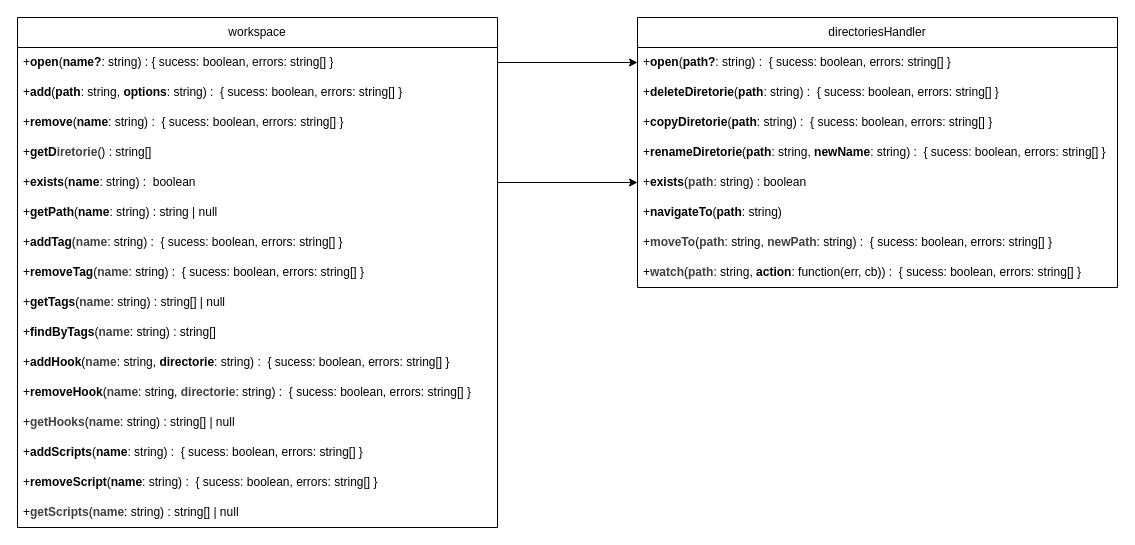
Before: docs/draws.dio in LucasTrino/pjt, a draw.io diagram. Source tidied: cells renumbered, new cells numbered last; positions are measured from the earlier drawing's top-left corner, leaving out a move shared by most shapes. Both pictures are drawn from the tidied source at 100%, with x=0, y=0 at pixel (17, 17).
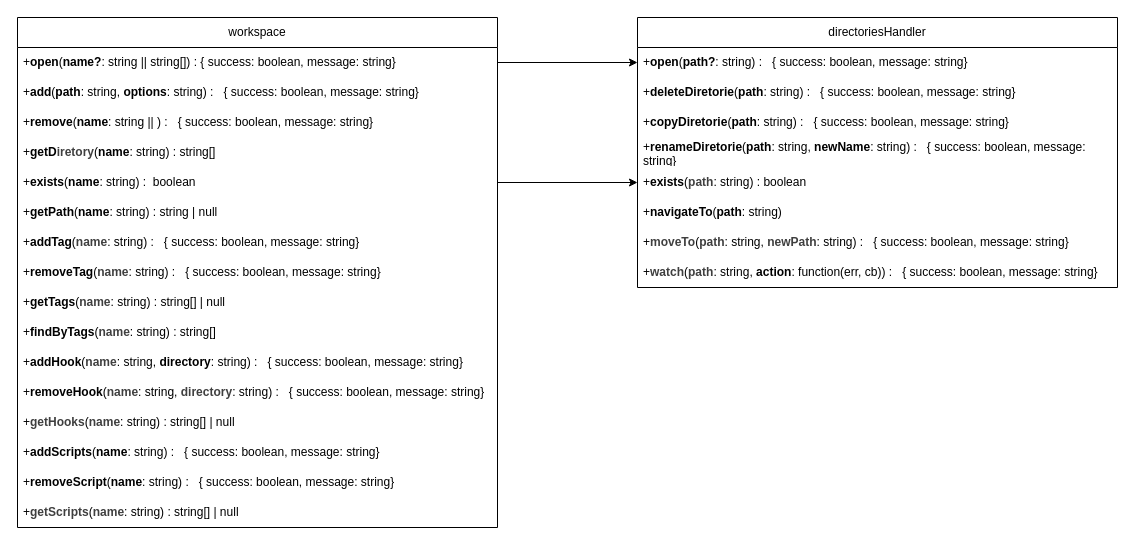
The same page after the edit.

The change refers to these unchanged cells:
```xml
<mxCell id="2" value="workspace" style="swimlane;fontStyle=0;horizontal=1;startSize=30;whiteSpace=wrap;html=1;" parent="1" vertex="1">
  <mxGeometry width="480" height="510" as="geometry" />
</mxCell>
<mxCell id="19" value="directoriesHandler" style="swimlane;fontStyle=0;horizontal=1;startSize=30;whiteSpace=wrap;html=1;" parent="1" vertex="1">
  <mxGeometry x="620" width="480" height="270" as="geometry" />
</mxCell>
```

What changed in the source:
```diff
@@
-    <mxCell id="3" value="+&lt;b&gt;open&lt;/b&gt;(&lt;b&gt;name?&lt;/b&gt;: string) : { sucess: boolean, errors: string[] }" style="text;strokeColor=none;fillColor=none;align=left;verticalAlign=middle;spacingLeft=4;spacingRight=4;overflow=hidden;points=[[0,0.5],[1,0.5]];portConstraint=eastwest;whiteSpace=wrap;html=1;" parent="2" vertex="1">
+    <mxCell id="3" value="+&lt;b&gt;open&lt;/b&gt;(&lt;b&gt;name?&lt;/b&gt;: string || string[]) : { success: boolean, message: string}" style="text;strokeColor=none;fillColor=none;align=left;verticalAlign=middle;spacingLeft=4;spacingRight=4;overflow=hidden;points=[[0,0.5],[1,0.5]];portConstraint=eastwest;whiteSpace=wrap;html=1;" parent="2" vertex="1">
       <mxGeometry y="30" width="480" height="30" as="geometry" />
     </mxCell>
-    <mxCell id="4" value="+&lt;b&gt;add&lt;/b&gt;(&lt;b&gt;path&lt;/b&gt;: string, &lt;b&gt;options&lt;/b&gt;: string) :&amp;nbsp;&lt;span style=&quot;color: rgb(0, 0, 0);&quot;&gt;&amp;nbsp;{ sucess: boolean, errors: string[] }&lt;/span&gt;" style="text;strokeColor=none;fillColor=none;align=left;verticalAlign=middle;spacingLeft=4;spacingRight=4;overflow=hidden;whiteSpace=wrap;html=1;" parent="2" vertex="1">
+    <mxCell id="4" value="+&lt;b&gt;add&lt;/b&gt;(&lt;b&gt;path&lt;/b&gt;: string, &lt;b&gt;options&lt;/b&gt;: string) :&amp;nbsp;&lt;span style=&quot;color: rgb(0, 0, 0);&quot;&gt;&amp;nbsp; { success: boolean, message: string}&lt;/span&gt;" style="text;strokeColor=none;fillColor=none;align=left;verticalAlign=middle;spacingLeft=4;spacingRight=4;overflow=hidden;whiteSpace=wrap;html=1;" parent="2" vertex="1">
       <mxGeometry y="60" width="480" height="30" as="geometry" />
     </mxCell>
-    <mxCell id="5" value="+&lt;b&gt;remove&lt;/b&gt;(&lt;b&gt;name&lt;/b&gt;: string) :&amp;nbsp;&lt;span style=&quot;color: rgb(0, 0, 0);&quot;&gt;&amp;nbsp;{ sucess: boolean, errors: string[] }&lt;/span&gt;" style="text;strokeColor=none;fillColor=none;align=left;verticalAlign=middle;spacingLeft=4;spacingRight=4;overflow=hidden;whiteSpace=wrap;html=1;" parent="2" vertex="1">
+    <mxCell id="5" value="+&lt;b&gt;remove&lt;/b&gt;(&lt;b&gt;name&lt;/b&gt;: string || ) :&amp;nbsp;&lt;span style=&quot;color: rgb(0, 0, 0);&quot;&gt;&amp;nbsp; { success: boolean, message: string}&lt;/span&gt;" style="text;strokeColor=none;fillColor=none;align=left;verticalAlign=middle;spacingLeft=4;spacingRight=4;overflow=hidden;whiteSpace=wrap;html=1;" parent="2" vertex="1">
       <mxGeometry y="90" width="480" height="30" as="geometry" />
     </mxCell>
-    <mxCell id="6" value="&lt;span style=&quot;color: rgb(0, 0, 0);&quot;&gt;+&lt;b&gt;getD&lt;/b&gt;&lt;b style=&quot;color: rgb(63, 63, 63); scrollbar-color: rgb(226, 226, 226) rgb(251, 251, 251);&quot;&gt;iretorie&lt;/b&gt;() : string[]&lt;/span&gt;" style="text;strokeColor=none;fillColor=none;align=left;verticalAlign=middle;spacingLeft=4;spacingRight=4;overflow=hidden;whiteSpace=wrap;html=1;" parent="2" vertex="1">
+    <mxCell id="6" value="&lt;span style=&quot;color: rgb(0, 0, 0);&quot;&gt;+&lt;b&gt;getD&lt;/b&gt;&lt;b style=&quot;color: rgb(63, 63, 63); scrollbar-color: rgb(226, 226, 226) rgb(251, 251, 251);&quot;&gt;iretory&lt;/b&gt;(&lt;b&gt;name&lt;/b&gt;: string) : string[]&lt;/span&gt;" style="text;strokeColor=none;fillColor=none;align=left;verticalAlign=middle;spacingLeft=4;spacingRight=4;overflow=hidden;whiteSpace=wrap;html=1;" parent="2" vertex="1">
       <mxGeometry y="120" width="480" height="30" as="geometry" />
     </mxCell>
@@
-    <mxCell id="9" value="+&lt;b&gt;addTag&lt;/b&gt;(&lt;b style=&quot;color: rgb(63, 63, 63); scrollbar-color: rgb(226, 226, 226) rgb(251, 251, 251);&quot;&gt;name&lt;/b&gt;: string) :&amp;nbsp;&lt;span style=&quot;color: rgb(0, 0, 0);&quot;&gt;&amp;nbsp;{ sucess: boolean, errors: string[] }&lt;/span&gt;" style="text;strokeColor=none;fillColor=none;align=left;verticalAlign=middle;spacingLeft=4;spacingRight=4;overflow=hidden;whiteSpace=wrap;html=1;" parent="2" vertex="1">
+    <mxCell id="9" value="+&lt;b&gt;addTag&lt;/b&gt;(&lt;b style=&quot;color: rgb(63, 63, 63); scrollbar-color: rgb(226, 226, 226) rgb(251, 251, 251);&quot;&gt;name&lt;/b&gt;: string) :&amp;nbsp;&lt;span style=&quot;color: rgb(0, 0, 0);&quot;&gt;&amp;nbsp; { success: boolean, message: string}&lt;/span&gt;" style="text;strokeColor=none;fillColor=none;align=left;verticalAlign=middle;spacingLeft=4;spacingRight=4;overflow=hidden;whiteSpace=wrap;html=1;" parent="2" vertex="1">
       <mxGeometry y="210" width="480" height="30" as="geometry" />
     </mxCell>
-    <mxCell id="10" value="+&lt;b&gt;removeTag&lt;/b&gt;(&lt;b style=&quot;color: rgb(63, 63, 63); scrollbar-color: rgb(226, 226, 226) rgb(251, 251, 251);&quot;&gt;name&lt;/b&gt;: string) :&amp;nbsp;&lt;span style=&quot;color: rgb(0, 0, 0);&quot;&gt;&amp;nbsp;{ sucess: boolean, errors: string[] }&lt;/span&gt;" style="text;strokeColor=none;fillColor=none;align=left;verticalAlign=middle;spacingLeft=4;spacingRight=4;overflow=hidden;whiteSpace=wrap;html=1;" parent="2" vertex="1">
+    <mxCell id="10" value="+&lt;b&gt;removeTag&lt;/b&gt;(&lt;b style=&quot;color: rgb(63, 63, 63); scrollbar-color: rgb(226, 226, 226) rgb(251, 251, 251);&quot;&gt;name&lt;/b&gt;: string) :&amp;nbsp;&lt;span style=&quot;color: rgb(0, 0, 0);&quot;&gt;&amp;nbsp; { success: boolean, message: string}&lt;/span&gt;" style="text;strokeColor=none;fillColor=none;align=left;verticalAlign=middle;spacingLeft=4;spacingRight=4;overflow=hidden;whiteSpace=wrap;html=1;" parent="2" vertex="1">
       <mxGeometry y="240" width="480" height="30" as="geometry" />
     </mxCell>
@@
-    <mxCell id="13" value="+&lt;b&gt;addHook&lt;/b&gt;(&lt;b style=&quot;color: rgb(63, 63, 63); scrollbar-color: rgb(226, 226, 226) rgb(251, 251, 251);&quot;&gt;name&lt;/b&gt;: string, &lt;b&gt;directorie&lt;/b&gt;: string) :&amp;nbsp;&lt;span style=&quot;color: rgb(0, 0, 0);&quot;&gt;&amp;nbsp;{ sucess: boolean, errors: string[] }&lt;/span&gt;" style="text;strokeColor=none;fillColor=none;align=left;verticalAlign=middle;spacingLeft=4;spacingRight=4;overflow=hidden;whiteSpace=wrap;html=1;" parent="2" vertex="1">
+    <mxCell id="13" value="+&lt;b&gt;addHook&lt;/b&gt;(&lt;b style=&quot;color: rgb(63, 63, 63); scrollbar-color: rgb(226, 226, 226) rgb(251, 251, 251);&quot;&gt;name&lt;/b&gt;: string, &lt;b&gt;directory&lt;/b&gt;: string) :&amp;nbsp;&lt;span style=&quot;color: rgb(0, 0, 0);&quot;&gt;&amp;nbsp; { success: boolean, message: string}&lt;/span&gt;" style="text;strokeColor=none;fillColor=none;align=left;verticalAlign=middle;spacingLeft=4;spacingRight=4;overflow=hidden;whiteSpace=wrap;html=1;" parent="2" vertex="1">
       <mxGeometry y="330" width="480" height="30" as="geometry" />
     </mxCell>
-    <mxCell id="14" value="+&lt;b&gt;removeHook&lt;/b&gt;(&lt;b style=&quot;scrollbar-color: rgb(226, 226, 226) rgb(251, 251, 251); color: rgb(63, 63, 63);&quot;&gt;name&lt;/b&gt;&lt;span style=&quot;color: rgb(0, 0, 0);&quot;&gt;: string,&amp;nbsp;&lt;/span&gt;&lt;b style=&quot;color: rgb(63, 63, 63); scrollbar-color: rgb(226, 226, 226) rgb(251, 251, 251);&quot;&gt;directorie&lt;/b&gt;&lt;span style=&quot;color: rgb(0, 0, 0);&quot;&gt;: string&lt;/span&gt;) :&amp;nbsp;&lt;span style=&quot;color: rgb(0, 0, 0);&quot;&gt;&amp;nbsp;{ sucess: boolean, errors: string[] }&lt;/span&gt;" style="text;strokeColor=none;fillColor=none;align=left;verticalAlign=middle;spacingLeft=4;spacingRight=4;overflow=hidden;whiteSpace=wrap;html=1;" parent="2" vertex="1">
+    <mxCell id="14" value="+&lt;b&gt;removeHook&lt;/b&gt;(&lt;b style=&quot;scrollbar-color: rgb(226, 226, 226) rgb(251, 251, 251); color: rgb(63, 63, 63);&quot;&gt;name&lt;/b&gt;&lt;span style=&quot;color: rgb(0, 0, 0);&quot;&gt;: string,&amp;nbsp;&lt;/span&gt;&lt;b style=&quot;color: rgb(63, 63, 63); scrollbar-color: rgb(226, 226, 226) rgb(251, 251, 251);&quot;&gt;directory&lt;/b&gt;&lt;span style=&quot;color: rgb(0, 0, 0);&quot;&gt;: string&lt;/span&gt;) :&amp;nbsp;&lt;span style=&quot;color: rgb(0, 0, 0);&quot;&gt;&amp;nbsp; { success: boolean, message: string}&lt;/span&gt;" style="text;strokeColor=none;fillColor=none;align=left;verticalAlign=middle;spacingLeft=4;spacingRight=4;overflow=hidden;whiteSpace=wrap;html=1;" parent="2" vertex="1">
       <mxGeometry y="360" width="480" height="30" as="geometry" />
     </mxCell>
@@
-    <mxCell id="16" value="+&lt;b&gt;addScripts&lt;/b&gt;(&lt;b&gt;name&lt;/b&gt;: string) :&amp;nbsp;&lt;span style=&quot;color: rgb(0, 0, 0);&quot;&gt;&amp;nbsp;{ sucess: boolean, errors: string[] }&lt;/span&gt;" style="text;strokeColor=none;fillColor=none;align=left;verticalAlign=middle;spacingLeft=4;spacingRight=4;overflow=hidden;whiteSpace=wrap;html=1;" parent="2" vertex="1">
+    <mxCell id="16" value="+&lt;b&gt;addScripts&lt;/b&gt;(&lt;b&gt;name&lt;/b&gt;: string) :&amp;nbsp;&lt;span style=&quot;color: rgb(0, 0, 0);&quot;&gt;&amp;nbsp; { success: boolean, message: string}&lt;/span&gt;" style="text;strokeColor=none;fillColor=none;align=left;verticalAlign=middle;spacingLeft=4;spacingRight=4;overflow=hidden;whiteSpace=wrap;html=1;" parent="2" vertex="1">
       <mxGeometry y="420" width="480" height="30" as="geometry" />
     </mxCell>
-    <mxCell id="17" value="+&lt;b&gt;removeScript&lt;/b&gt;(&lt;b&gt;name&lt;/b&gt;: string) :&amp;nbsp;&lt;span style=&quot;color: rgb(0, 0, 0);&quot;&gt;&amp;nbsp;{ sucess: boolean, errors: string[] }&lt;/span&gt;" style="text;strokeColor=none;fillColor=none;align=left;verticalAlign=middle;spacingLeft=4;spacingRight=4;overflow=hidden;whiteSpace=wrap;html=1;" parent="2" vertex="1">
+    <mxCell id="17" value="+&lt;b&gt;removeScript&lt;/b&gt;(&lt;b&gt;name&lt;/b&gt;: string) :&amp;nbsp;&lt;span style=&quot;color: rgb(0, 0, 0);&quot;&gt;&amp;nbsp; { success: boolean, message: string}&lt;/span&gt;" style="text;strokeColor=none;fillColor=none;align=left;verticalAlign=middle;spacingLeft=4;spacingRight=4;overflow=hidden;whiteSpace=wrap;html=1;" parent="2" vertex="1">
       <mxGeometry y="450" width="480" height="30" as="geometry" />
     </mxCell>
@@
-    <mxCell id="20" value="+&lt;b&gt;open&lt;/b&gt;(&lt;b&gt;path?&lt;/b&gt;: string) :&amp;nbsp;&lt;span style=&quot;color: rgb(0, 0, 0);&quot;&gt;&amp;nbsp;{ sucess: boolean, errors: string[] }&lt;/span&gt;" style="text;strokeColor=none;fillColor=none;align=left;verticalAlign=middle;spacingLeft=4;spacingRight=4;overflow=hidden;points=[[0,0.5],[1,0.5]];portConstraint=eastwest;whiteSpace=wrap;html=1;" parent="19" vertex="1">
+    <mxCell id="20" value="+&lt;b&gt;open&lt;/b&gt;(&lt;b&gt;path?&lt;/b&gt;: string) :&amp;nbsp;&lt;span style=&quot;color: rgb(0, 0, 0);&quot;&gt;&amp;nbsp; { success: boolean, message: string}&lt;/span&gt;" style="text;strokeColor=none;fillColor=none;align=left;verticalAlign=middle;spacingLeft=4;spacingRight=4;overflow=hidden;points=[[0,0.5],[1,0.5]];portConstraint=eastwest;whiteSpace=wrap;html=1;" parent="19" vertex="1">
       <mxGeometry y="30" width="480" height="30" as="geometry" />
     </mxCell>
-    <mxCell id="21" value="+&lt;b&gt;deleteDiretorie&lt;/b&gt;(&lt;b&gt;path&lt;/b&gt;: string)&amp;nbsp;&lt;span style=&quot;color: rgb(0, 0, 0);&quot;&gt;:&amp;nbsp;&lt;/span&gt;&lt;span style=&quot;color: rgb(0, 0, 0);&quot;&gt;&amp;nbsp;{ sucess: boolean, errors: string[] }&lt;/span&gt;" style="text;strokeColor=none;fillColor=none;align=left;verticalAlign=middle;spacingLeft=4;spacingRight=4;overflow=hidden;whiteSpace=wrap;html=1;" parent="19" vertex="1">
+    <mxCell id="21" value="+&lt;b&gt;deleteDiretorie&lt;/b&gt;(&lt;b&gt;path&lt;/b&gt;: string)&amp;nbsp;&lt;span style=&quot;color: rgb(0, 0, 0);&quot;&gt;:&amp;nbsp;&lt;/span&gt;&lt;span style=&quot;color: rgb(0, 0, 0);&quot;&gt;&amp;nbsp; { success: boolean, message: string}&lt;/span&gt;" style="text;strokeColor=none;fillColor=none;align=left;verticalAlign=middle;spacingLeft=4;spacingRight=4;overflow=hidden;whiteSpace=wrap;html=1;" parent="19" vertex="1">
       <mxGeometry y="60" width="480" height="30" as="geometry" />
     </mxCell>
-    <mxCell id="22" value="+&lt;b&gt;copyDiretorie&lt;/b&gt;(&lt;b&gt;path&lt;/b&gt;: string)&amp;nbsp;&lt;span style=&quot;color: rgb(0, 0, 0);&quot;&gt;:&amp;nbsp;&lt;/span&gt;&lt;span style=&quot;color: rgb(0, 0, 0);&quot;&gt;&amp;nbsp;{ sucess: boolean, errors: string[] }&lt;/span&gt;" style="text;strokeColor=none;fillColor=none;align=left;verticalAlign=middle;spacingLeft=4;spacingRight=4;overflow=hidden;whiteSpace=wrap;html=1;" parent="19" vertex="1">
+    <mxCell id="22" value="+&lt;b&gt;copyDiretorie&lt;/b&gt;(&lt;b&gt;path&lt;/b&gt;: string)&amp;nbsp;&lt;span style=&quot;color: rgb(0, 0, 0);&quot;&gt;:&amp;nbsp;&lt;/span&gt;&lt;span style=&quot;color: rgb(0, 0, 0);&quot;&gt;&amp;nbsp; { success: boolean, message: string}&lt;/span&gt;" style="text;strokeColor=none;fillColor=none;align=left;verticalAlign=middle;spacingLeft=4;spacingRight=4;overflow=hidden;whiteSpace=wrap;html=1;" parent="19" vertex="1">
       <mxGeometry y="90" width="480" height="30" as="geometry" />
     </mxCell>
-    <mxCell id="23" value="+&lt;b&gt;renameDiretorie&lt;/b&gt;(&lt;b&gt;path&lt;/b&gt;: string, &lt;b&gt;newName&lt;/b&gt;: string)&amp;nbsp;&lt;span style=&quot;color: rgb(0, 0, 0);&quot;&gt;:&amp;nbsp;&lt;/span&gt;&lt;span style=&quot;color: rgb(0, 0, 0);&quot;&gt;&amp;nbsp;{ sucess: boolean, errors: string[] }&lt;/span&gt;" style="text;strokeColor=none;fillColor=none;align=left;verticalAlign=middle;spacingLeft=4;spacingRight=4;overflow=hidden;whiteSpace=wrap;html=1;" parent="19" vertex="1">
+    <mxCell id="23" value="+&lt;b&gt;renameDiretorie&lt;/b&gt;(&lt;b&gt;path&lt;/b&gt;: string, &lt;b&gt;newName&lt;/b&gt;: string)&amp;nbsp;&lt;span style=&quot;color: rgb(0, 0, 0);&quot;&gt;:&amp;nbsp;&lt;/span&gt;&lt;span style=&quot;color: rgb(0, 0, 0);&quot;&gt;&amp;nbsp; { success: boolean, message: string}&lt;/span&gt;" style="text;strokeColor=none;fillColor=none;align=left;verticalAlign=middle;spacingLeft=4;spacingRight=4;overflow=hidden;whiteSpace=wrap;html=1;" parent="19" vertex="1">
       <mxGeometry y="120" width="480" height="30" as="geometry" />
     </mxCell>
@@
-    <mxCell id="26" value="&lt;span style=&quot;color: rgb(0, 0, 0);&quot;&gt;+&lt;/span&gt;&lt;b style=&quot;color: rgb(63, 63, 63); scrollbar-color: rgb(226, 226, 226) rgb(251, 251, 251);&quot;&gt;moveTo&lt;/b&gt;&lt;span style=&quot;color: rgb(0, 0, 0);&quot;&gt;(&lt;/span&gt;&lt;b style=&quot;color: rgb(63, 63, 63); scrollbar-color: rgb(226, 226, 226) rgb(251, 251, 251);&quot;&gt;path&lt;/b&gt;&lt;span style=&quot;color: rgb(0, 0, 0);&quot;&gt;: string,&amp;nbsp;&lt;/span&gt;&lt;b style=&quot;color: rgb(63, 63, 63); scrollbar-color: rgb(226, 226, 226) rgb(251, 251, 251);&quot;&gt;newPath&lt;/b&gt;&lt;span style=&quot;color: rgb(0, 0, 0);&quot;&gt;: string)&amp;nbsp;&lt;/span&gt;&lt;span style=&quot;scrollbar-color: rgb(226, 226, 226) rgb(251, 251, 251); color: rgb(0, 0, 0);&quot;&gt;:&amp;nbsp;&lt;/span&gt;&lt;span style=&quot;color: rgb(0, 0, 0);&quot;&gt;&amp;nbsp;{ sucess: boolean, errors: string[] }&lt;/span&gt;" style="text;strokeColor=none;fillColor=none;align=left;verticalAlign=middle;spacingLeft=4;spacingRight=4;overflow=hidden;whiteSpace=wrap;html=1;" parent="19" vertex="1">
+    <mxCell id="26" value="&lt;span style=&quot;color: rgb(0, 0, 0);&quot;&gt;+&lt;/span&gt;&lt;b style=&quot;color: rgb(63, 63, 63); scrollbar-color: rgb(226, 226, 226) rgb(251, 251, 251);&quot;&gt;moveTo&lt;/b&gt;&lt;span style=&quot;color: rgb(0, 0, 0);&quot;&gt;(&lt;/span&gt;&lt;b style=&quot;color: rgb(63, 63, 63); scrollbar-color: rgb(226, 226, 226) rgb(251, 251, 251);&quot;&gt;path&lt;/b&gt;&lt;span style=&quot;color: rgb(0, 0, 0);&quot;&gt;: string,&amp;nbsp;&lt;/span&gt;&lt;b style=&quot;color: rgb(63, 63, 63); scrollbar-color: rgb(226, 226, 226) rgb(251, 251, 251);&quot;&gt;newPath&lt;/b&gt;&lt;span style=&quot;color: rgb(0, 0, 0);&quot;&gt;: string)&amp;nbsp;&lt;/span&gt;&lt;span style=&quot;scrollbar-color: rgb(226, 226, 226) rgb(251, 251, 251); color: rgb(0, 0, 0);&quot;&gt;:&amp;nbsp;&lt;/span&gt;&lt;span style=&quot;color: rgb(0, 0, 0);&quot;&gt;&amp;nbsp; { success: boolean, message: string}&lt;/span&gt;" style="text;strokeColor=none;fillColor=none;align=left;verticalAlign=middle;spacingLeft=4;spacingRight=4;overflow=hidden;whiteSpace=wrap;html=1;" parent="19" vertex="1">
       <mxGeometry y="210" width="480" height="30" as="geometry" />
     </mxCell>
-    <mxCell id="27" value="&lt;span style=&quot;color: rgb(0, 0, 0);&quot;&gt;+&lt;/span&gt;&lt;b style=&quot;color: rgb(63, 63, 63); scrollbar-color: rgb(226, 226, 226) rgb(251, 251, 251);&quot;&gt;watch&lt;/b&gt;&lt;span style=&quot;color: rgb(0, 0, 0);&quot;&gt;(&lt;/span&gt;&lt;b style=&quot;color: rgb(63, 63, 63); scrollbar-color: rgb(226, 226, 226) rgb(251, 251, 251);&quot;&gt;path&lt;/b&gt;&lt;span style=&quot;color: rgb(0, 0, 0);&quot;&gt;: string, &lt;b&gt;action&lt;/b&gt;: function(err, cb)&lt;/span&gt;&lt;span style=&quot;color: rgb(0, 0, 0);&quot;&gt;)&amp;nbsp;&lt;/span&gt;&lt;span style=&quot;scrollbar-color: rgb(226, 226, 226) rgb(251, 251, 251); color: rgb(0, 0, 0);&quot;&gt;:&amp;nbsp;&lt;/span&gt;&lt;span style=&quot;color: rgb(0, 0, 0);&quot;&gt;&amp;nbsp;{ sucess: boolean, errors: string[] }&lt;/span&gt;" style="text;strokeColor=none;fillColor=none;align=left;verticalAlign=middle;spacingLeft=4;spacingRight=4;overflow=hidden;whiteSpace=wrap;html=1;" parent="19" vertex="1">
+    <mxCell id="27" value="&lt;span style=&quot;color: rgb(0, 0, 0);&quot;&gt;+&lt;/span&gt;&lt;b style=&quot;color: rgb(63, 63, 63); scrollbar-color: rgb(226, 226, 226) rgb(251, 251, 251);&quot;&gt;watch&lt;/b&gt;&lt;span style=&quot;color: rgb(0, 0, 0);&quot;&gt;(&lt;/span&gt;&lt;b style=&quot;color: rgb(63, 63, 63); scrollbar-color: rgb(226, 226, 226) rgb(251, 251, 251);&quot;&gt;path&lt;/b&gt;&lt;span style=&quot;color: rgb(0, 0, 0);&quot;&gt;: string, &lt;b&gt;action&lt;/b&gt;: function(err, cb)&lt;/span&gt;&lt;span style=&quot;color: rgb(0, 0, 0);&quot;&gt;)&amp;nbsp;&lt;/span&gt;&lt;span style=&quot;scrollbar-color: rgb(226, 226, 226) rgb(251, 251, 251); color: rgb(0, 0, 0);&quot;&gt;:&amp;nbsp;&lt;/span&gt;&lt;span style=&quot;color: rgb(0, 0, 0);&quot;&gt;&amp;nbsp; { success: boolean, message: string}&lt;/span&gt;" style="text;strokeColor=none;fillColor=none;align=left;verticalAlign=middle;spacingLeft=4;spacingRight=4;overflow=hidden;whiteSpace=wrap;html=1;" parent="19" vertex="1">
       <mxGeometry y="240" width="480" height="30" as="geometry" />
     </mxCell>
```
